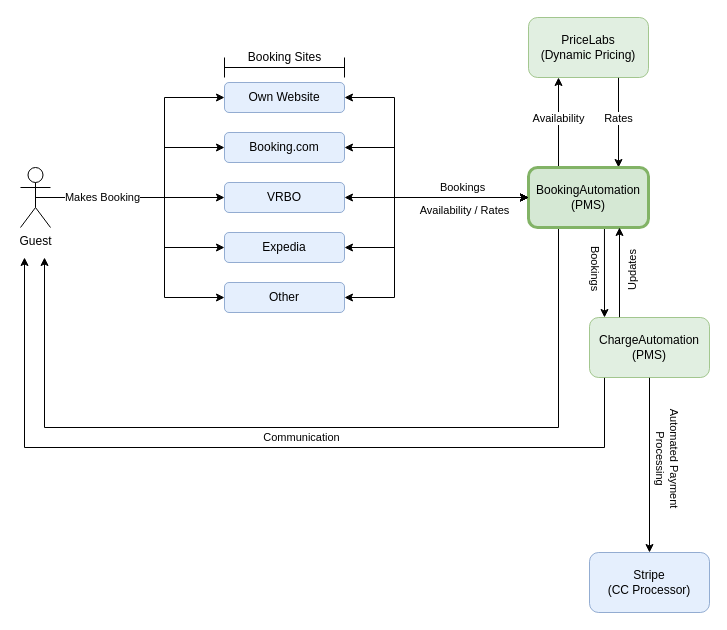
Above: DriftwoodVilla.drawio in Carbon-Labs/Diagrams (draw.io), before the change. Source tidied: cells renumbered, new cells numbered last; positions are measured from the earlier drawing's top-left corner, leaving out a move shared by most shapes. Both pictures are drawn from the tidied source at 100%, with x=0, y=0 at pixel (20, 17).
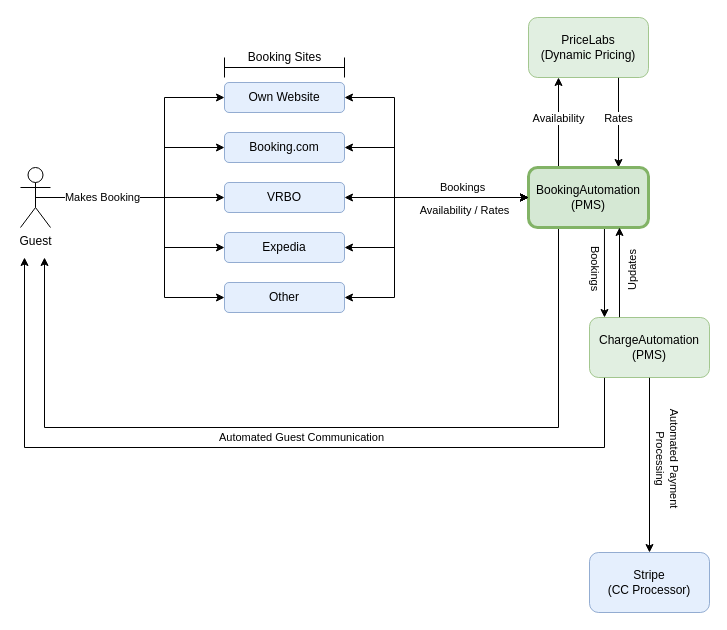
The same diagram, later.

Unchanged cells that the change refers to:
```xml
<mxCell id="12" style="edgeStyle=orthogonalEdgeStyle;rounded=0;jettySize=auto;html=1;exitX=0.125;exitY=1;exitDx=0;exitDy=0;startArrow=none;startFill=0;exitPerimeter=0;" parent="1" edge="1" source="17">
  <mxGeometry relative="1" as="geometry">
    <mxPoint x="4" y="240" as="targetPoint" />
    <Array as="points">
      <mxPoint x="584" y="430" />
      <mxPoint x="4" y="430" />
    </Array>
  </mxGeometry>
</mxCell>
```

Diff of the diagram source:
```diff
@@
-    <mxCell id="13" value="Communication" style="edgeLabel;html=1;align=center;verticalAlign=middle;" parent="12" vertex="1">
+    <mxCell id="13" value="Automated Guest Communication" style="edgeLabel;html=1;align=center;verticalAlign=middle;" parent="12" vertex="1">
       <mxGeometry x="-0.11" y="1" relative="1" as="geometry">
         <mxPoint y="-12" as="offset" />
       </mxGeometry>
     </mxCell>
```
